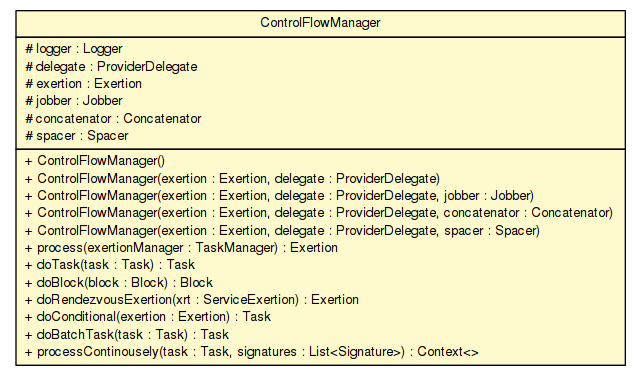
Above: apidocs/sorcer/core/provider/ControlFlowManager.png in sorcersoft/sorcersoft.github.io (Graphviz), before the change. Its source is kept beside it as apidocs/sorcer/core/provider/ControlFlowManager.dot.
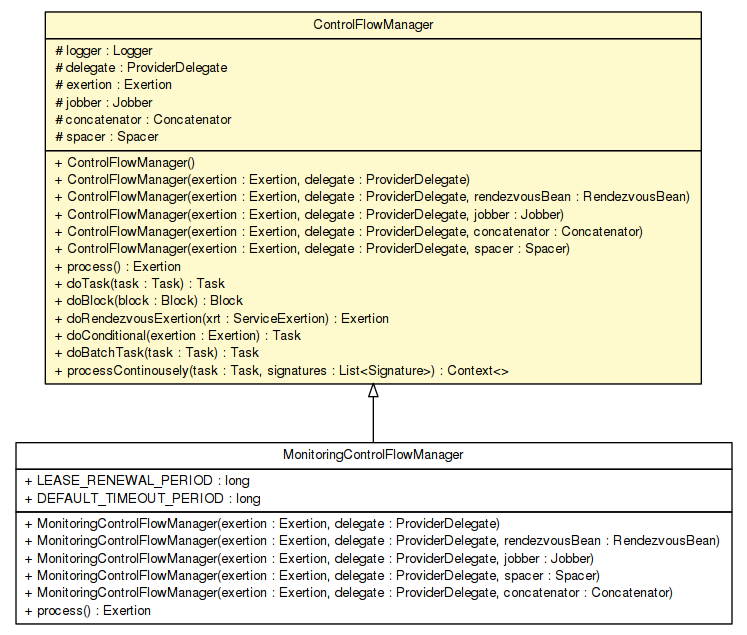
The same file after the commit.

Diff of the diagram source:
```diff
@@ -4,7 +4,7 @@
 	node [fontname="Helvetica",fontsize=10,shape=plaintext];
 	nodesep=0.25;
 	ranksep=0.5;
-	c181662 [label=<<table title="sorcer.core.provider.ControlFlowManager" border="0" cellborder="1" cellspacing="0" cellpadding="2" port="p" bgcolor="lemonChiffon" href="./ControlFlowManager.html">
+	c191570 [label=<<table title="sorcer.core.provider.ControlFlowManager" border="0" cellborder="1" cellspacing="0" cellpadding="2" port="p" bgcolor="lemonChiffon" href="./ControlFlowManager.html">
 		<tr><td><table border="0" cellspacing="0" cellpadding="1">
 <tr><td align="center" balign="center"> ControlFlowManager </td></tr>
 		</table></td></tr>
@@ -19,10 +19,11 @@
 		<tr><td><table border="0" cellspacing="0" cellpadding="1">
 <tr><td align="left" balign="left"> + ControlFlowManager() </td></tr>
 <tr><td align="left" balign="left"> + ControlFlowManager(exertion : Exertion, delegate : ProviderDelegate) </td></tr>
+<tr><td align="left" balign="left"> + ControlFlowManager(exertion : Exertion, delegate : ProviderDelegate, rendezvousBean : RendezvousBean) </td></tr>
 <tr><td align="left" balign="left"> + ControlFlowManager(exertion : Exertion, delegate : ProviderDelegate, jobber : Jobber) </td></tr>
 <tr><td align="left" balign="left"> + ControlFlowManager(exertion : Exertion, delegate : ProviderDelegate, concatenator : Concatenator) </td></tr>
 <tr><td align="left" balign="left"> + ControlFlowManager(exertion : Exertion, delegate : ProviderDelegate, spacer : Spacer) </td></tr>
-<tr><td align="left" balign="left"> + process(exertionManager : TaskManager) : Exertion </td></tr>
+<tr><td align="left" balign="left"> + process() : Exertion </td></tr>
 <tr><td align="left" balign="left"> + doTask(task : Task) : Task </td></tr>
 <tr><td align="left" balign="left"> + doBlock(block : Block) : Block </td></tr>
 <tr><td align="left" balign="left"> + doRendezvousExertion(xrt : ServiceExertion) : Exertion </td></tr>
@@ -31,4 +32,22 @@
 <tr><td align="left" balign="left"> + processContinousely(task : Task, signatures : List&lt;Signature&gt;) : Context&lt;&gt; </td></tr>
 		</table></td></tr>
 		</table>>, URL="./ControlFlowManager.html", fontname="Helvetica", fontcolor="black", fontsize=10.0];
+	c191574 [label=<<table title="sorcer.core.provider.MonitoringControlFlowManager" border="0" cellborder="1" cellspacing="0" cellpadding="2" port="p" href="./MonitoringControlFlowManager.html">
+		<tr><td><table border="0" cellspacing="0" cellpadding="1">
+<tr><td align="center" balign="center"> MonitoringControlFlowManager </td></tr>
+		</table></td></tr>
+		<tr><td><table border="0" cellspacing="0" cellpadding="1">
+<tr><td align="left" balign="left"> + LEASE_RENEWAL_PERIOD : long </td></tr>
+<tr><td align="left" balign="left"> + DEFAULT_TIMEOUT_PERIOD : long </td></tr>
+		</table></td></tr>
+		<tr><td><table border="0" cellspacing="0" cellpadding="1">
+<tr><td align="left" balign="left"> + MonitoringControlFlowManager(exertion : Exertion, delegate : ProviderDelegate) </td></tr>
+<tr><td align="left" balign="left"> + MonitoringControlFlowManager(exertion : Exertion, delegate : ProviderDelegate, rendezvousBean : RendezvousBean) </td></tr>
+<tr><td align="left" balign="left"> + MonitoringControlFlowManager(exertion : Exertion, delegate : ProviderDelegate, jobber : Jobber) </td></tr>
+<tr><td align="left" balign="left"> + MonitoringControlFlowManager(exertion : Exertion, delegate : ProviderDelegate, spacer : Spacer) </td></tr>
+<tr><td align="left" balign="left"> + MonitoringControlFlowManager(exertion : Exertion, delegate : ProviderDelegate, concatenator : Concatenator) </td></tr>
+<tr><td align="left" balign="left"> + process() : Exertion </td></tr>
+		</table></td></tr>
+		</table>>, URL="./MonitoringControlFlowManager.html", fontname="Helvetica", fontcolor="black", fontsize=10.0];
+	c191570:p -> c191574:p [dir=back,arrowtail=empty];
 }
```
